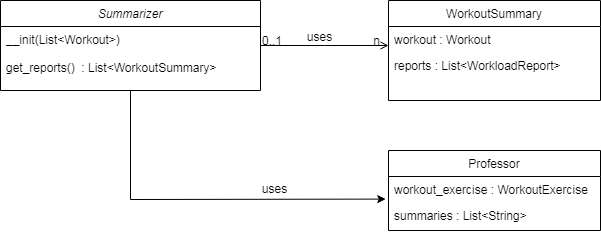
This is documentation/images/summaries.png from dimitri-edel/dte-workout-app, a draw.io export, as it was before one commit. Source tidied: cells renumbered, new cells last; positions are measured from the earlier drawing's top-left corner, leaving out a move shared by most shapes.
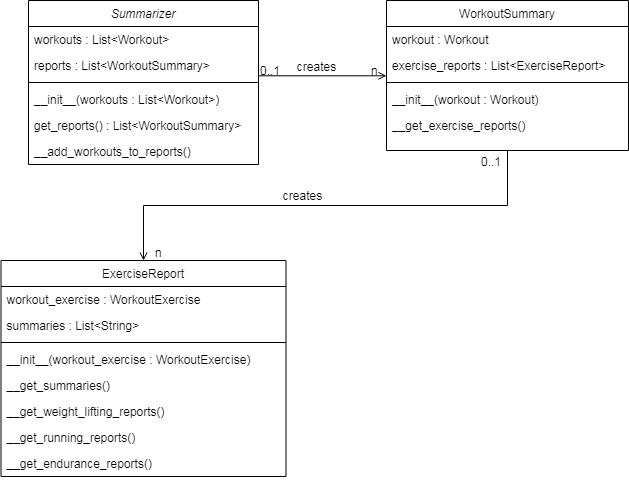
The same file after the commit.

The edit, as a diff of the source:
```diff
@@ -3,29 +3,71 @@
     <mxCell id="0" />
     <mxCell id="1" parent="0" />
     <mxCell id="2" value="Summarizer" style="swimlane;fontStyle=2;align=center;verticalAlign=top;horizontal=1;startSize=26;rounded=0;shadow=0;strokeWidth=1;" parent="1" vertex="1">
-      <mxGeometry width="260" height="90" as="geometry" />
+      <mxGeometry x="30" width="230" height="164" as="geometry" />
     </mxCell>
-    <mxCell id="3" value="__init(List&lt;Workout&gt;)&#10;&#10;get_reports()  : List&lt;WorkoutSummary&gt;&#10;&#10;" style="text;align=left;verticalAlign=top;spacingLeft=4;spacingRight=4;overflow=hidden;" parent="2" vertex="1">
-      <mxGeometry y="26" width="260" height="64" as="geometry" />
+    <mxCell id="3" value="workouts : List&lt;Workout&gt;" style="text;align=left;verticalAlign=top;spacingLeft=4;spacingRight=4;overflow=hidden;" parent="2" vertex="1">
+      <mxGeometry y="26" width="230" height="26" as="geometry" />
     </mxCell>
-    <mxCell id="4" value="Professor" style="swimlane;fontStyle=0;align=center;verticalAlign=top;horizontal=1;startSize=26;rounded=0;shadow=0;strokeWidth=1;" parent="1" vertex="1">
-      <mxGeometry x="388" y="150" width="212" height="80" as="geometry" />
-    </mxCell>
+    <mxCell id="16" value="reports : List&lt;WorkoutSummary&gt;" style="text;align=left;verticalAlign=top;spacingLeft=4;spacingRight=4;overflow=hidden;rounded=0;shadow=0;html=0;" parent="2" vertex="1">
+      <mxGeometry y="52" width="230" height="26" as="geometry" />
+    </mxCell>
+    <mxCell id="17" style="line;html=1;strokeWidth=1;align=left;verticalAlign=middle;spacingTop=-1;spacingLeft=3;spacingRight=3;labelPosition=right;" parent="2" vertex="1">
+      <mxGeometry y="78" width="230" height="8" as="geometry" />
+    </mxCell>
+    <mxCell id="18" value="__init__(workouts : List&lt;Workout&gt;)" style="text;align=left;verticalAlign=top;spacingLeft=4;spacingRight=4;overflow=hidden;" parent="2" vertex="1">
+      <mxGeometry y="86" width="230" height="26" as="geometry" />
+    </mxCell>
+    <mxCell id="19" value="get_reports() : List&lt;WorkoutSummary&gt;" style="text;align=left;verticalAlign=top;spacingLeft=4;spacingRight=4;overflow=hidden;" parent="2" vertex="1">
+      <mxGeometry y="112" width="230" height="26" as="geometry" />
+    </mxCell>
+    <mxCell id="20" value="__add_workouts_to_reports()" style="text;align=left;verticalAlign=top;spacingLeft=4;spacingRight=4;overflow=hidden;" parent="2" vertex="1">
+      <mxGeometry y="138" width="230" height="26" as="geometry" />
+    </mxCell>
+    <mxCell id="21" value="ExerciseReport" style="swimlane;fontStyle=0;align=center;verticalAlign=top;horizontal=1;startSize=26;rounded=0;shadow=0;strokeWidth=1;" parent="1" vertex="1">
+      <mxGeometry x="2.5" y="260" width="285" height="216" as="geometry" />
+    </mxCell>
-    <mxCell id="5" value="workout_exercise : WorkoutExercise" style="text;align=left;verticalAlign=top;spacingLeft=4;spacingRight=4;overflow=hidden;points=[[0,0.5],[1,0.5]];portConstraint=eastwest;" parent="4" vertex="1">
-      <mxGeometry y="26" width="212" height="26" as="geometry" />
+    <mxCell id="5" value="workout_exercise : WorkoutExercise" style="text;align=left;verticalAlign=top;spacingLeft=4;spacingRight=4;overflow=hidden;points=[[0,0.5],[1,0.5]];portConstraint=eastwest;" parent="21" vertex="1">
+      <mxGeometry y="26" width="285" height="26" as="geometry" />
     </mxCell>
-    <mxCell id="6" value="summaries : List&lt;String&gt;" style="text;align=left;verticalAlign=top;spacingLeft=4;spacingRight=4;overflow=hidden;" parent="4" vertex="1">
-      <mxGeometry y="52" width="212" height="26" as="geometry" />
+    <mxCell id="6" value="summaries : List&lt;String&gt;" style="text;align=left;verticalAlign=top;spacingLeft=4;spacingRight=4;overflow=hidden;rounded=0;shadow=0;html=0;" parent="21" vertex="1">
+      <mxGeometry y="52" width="285" height="26" as="geometry" />
     </mxCell>
+    <mxCell id="22" style="line;html=1;strokeWidth=1;align=left;verticalAlign=middle;spacingTop=-1;spacingLeft=3;spacingRight=3;labelPosition=right;" parent="21" vertex="1">
+      <mxGeometry y="78" width="285" height="8" as="geometry" />
+    </mxCell>
+    <mxCell id="23" value="__init__(workout_exercise : WorkoutExercise)" style="text;align=left;verticalAlign=top;spacingLeft=4;spacingRight=4;overflow=hidden;" parent="21" vertex="1">
+      <mxGeometry y="86" width="285" height="26" as="geometry" />
+    </mxCell>
+    <mxCell id="24" value="__get_summaries()" style="text;align=left;verticalAlign=top;spacingLeft=4;spacingRight=4;overflow=hidden;" parent="21" vertex="1">
+      <mxGeometry y="112" width="285" height="26" as="geometry" />
+    </mxCell>
+    <mxCell id="25" value="__get_weight_lifting_reports()" style="text;align=left;verticalAlign=top;spacingLeft=4;spacingRight=4;overflow=hidden;" parent="21" vertex="1">
+      <mxGeometry y="138" width="285" height="26" as="geometry" />
+    </mxCell>
+    <mxCell id="26" value="__get_running_reports()" style="text;align=left;verticalAlign=top;spacingLeft=4;spacingRight=4;overflow=hidden;" parent="21" vertex="1">
+      <mxGeometry y="164" width="285" height="26" as="geometry" />
+    </mxCell>
+    <mxCell id="27" value="__get_endurance_reports()" style="text;align=left;verticalAlign=top;spacingLeft=4;spacingRight=4;overflow=hidden;" parent="21" vertex="1">
+      <mxGeometry y="190" width="285" height="26" as="geometry" />
+    </mxCell>
     <mxCell id="7" value="WorkoutSummary" style="swimlane;fontStyle=0;align=center;verticalAlign=top;horizontal=1;startSize=26;rounded=0;shadow=0;strokeWidth=1;" parent="1" vertex="1">
-      <mxGeometry x="388" width="212" height="100" as="geometry" />
+      <mxGeometry x="388" width="242" height="150" as="geometry" />
     </mxCell>
     <mxCell id="8" value="workout : Workout" style="text;align=left;verticalAlign=top;spacingLeft=4;spacingRight=4;overflow=hidden;" parent="7" vertex="1">
-      <mxGeometry y="26" width="212" height="26" as="geometry" />
+      <mxGeometry y="26" width="242" height="26" as="geometry" />
     </mxCell>
-    <mxCell id="9" value="reports : List&lt;WorkloadReport&gt;" style="text;align=left;verticalAlign=top;spacingLeft=4;spacingRight=4;overflow=hidden;rounded=0;shadow=0;html=0;" parent="7" vertex="1">
-      <mxGeometry y="52" width="212" height="26" as="geometry" />
+    <mxCell id="9" value="exercise_reports : List&lt;ExerciseReport&gt;" style="text;align=left;verticalAlign=top;spacingLeft=4;spacingRight=4;overflow=hidden;rounded=0;shadow=0;html=0;" parent="7" vertex="1">
+      <mxGeometry y="52" width="242" height="26" as="geometry" />
     </mxCell>
+    <mxCell id="28" style="line;html=1;strokeWidth=1;align=left;verticalAlign=middle;spacingTop=-1;spacingLeft=3;spacingRight=3;labelPosition=right;" parent="7" vertex="1">
+      <mxGeometry y="78" width="242" height="8" as="geometry" />
+    </mxCell>
+    <mxCell id="29" value="__init__(workout : Workout)" style="text;align=left;verticalAlign=top;spacingLeft=4;spacingRight=4;overflow=hidden;" parent="7" vertex="1">
+      <mxGeometry y="86" width="242" height="26" as="geometry" />
+    </mxCell>
+    <mxCell id="30" value="__get_exercise_reports()" style="text;align=left;verticalAlign=top;spacingLeft=4;spacingRight=4;overflow=hidden;" parent="7" vertex="1">
+      <mxGeometry y="112" width="242" height="26" as="geometry" />
+    </mxCell>
     <mxCell id="10" style="endArrow=open;shadow=0;strokeWidth=1;rounded=0;endFill=1;edgeStyle=elbowEdgeStyle;elbow=vertical;" parent="1" edge="1" source="2" target="7">
       <mxGeometry x="0.5" y="41" relative="1" as="geometry">
         <mxPoint x="-40" y="32" as="offset" />
@@ -41,22 +83,30 @@
         <mxPoint x="-7" y="4" as="offset" />
       </mxGeometry>
     </mxCell>
-    <mxCell id="13" value="uses" style="text;html=1;align=center;verticalAlign=middle;labelBackgroundColor=none;rounded=0;shadow=0;strokeWidth=1;fontSize=12;" parent="10" vertex="1">
+    <mxCell id="13" value="creates" style="text;html=1;align=center;verticalAlign=middle;labelBackgroundColor=none;rounded=0;shadow=0;strokeWidth=1;fontSize=12;" parent="10" vertex="1">
       <mxGeometry x="0.5" y="49" relative="1" as="geometry">
         <mxPoint x="-38" y="40" as="offset" />
       </mxGeometry>
     </mxCell>
-    <mxCell id="14" style="endArrow=classic;html=1;rounded=0;exitX=0.5;exitY=1;exitDx=0;exitDy=0;entryX=-0.013;entryY=0.869;entryDx=0;entryDy=0;entryPerimeter=0;" parent="1" edge="1" source="2" target="5">
-      <mxGeometry relative="1" as="geometry">
-        <Array as="points">
-          <mxPoint x="130" y="199" />
-        </Array>
-      </mxGeometry>
-    </mxCell>
-    <mxCell id="15" value="uses" style="text;html=1;align=center;verticalAlign=middle;labelBackgroundColor=none;rounded=0;shadow=0;strokeWidth=1;fontSize=12;" parent="1" vertex="1">
-      <mxGeometry x="328" y="31" as="geometry">
-        <mxPoint x="-55" y="157" as="offset" />
-      </mxGeometry>
-    </mxCell>
+    <mxCell id="31" style="endArrow=open;shadow=0;strokeWidth=1;rounded=0;endFill=1;edgeStyle=elbowEdgeStyle;elbow=vertical;exitX=0.5;exitY=1;exitDx=0;exitDy=0;" parent="1" edge="1" source="7" target="21">
+      <mxGeometry x="0.5" y="41" relative="1" as="geometry">
+        <mxPoint x="-40" y="32" as="offset" />
+      </mxGeometry>
+    </mxCell>
+    <mxCell id="32" value="0..1" style="align=left;verticalAlign=bottom;labelBackgroundColor=none;fontSize=12;" parent="31" vertex="1">
+      <mxGeometry x="-1" relative="1" as="geometry">
+        <mxPoint x="-28" y="20" as="offset" />
+      </mxGeometry>
+    </mxCell>
+    <mxCell id="33" value="n" style="align=right;verticalAlign=bottom;labelBackgroundColor=none;fontSize=12;" parent="31" vertex="1">
+      <mxGeometry x="1" relative="1" as="geometry">
+        <mxPoint x="20" y="1" as="offset" />
+      </mxGeometry>
+    </mxCell>
+    <mxCell id="34" value="creates" style="text;html=1;align=center;verticalAlign=middle;labelBackgroundColor=none;rounded=0;shadow=0;strokeWidth=1;fontSize=12;" parent="31" vertex="1">
+      <mxGeometry x="0.5" y="49" relative="1" as="geometry">
+        <mxPoint x="95" y="-58" as="offset" />
+      </mxGeometry>
+    </mxCell>
   </root>
 </mxGraphModel>
```
